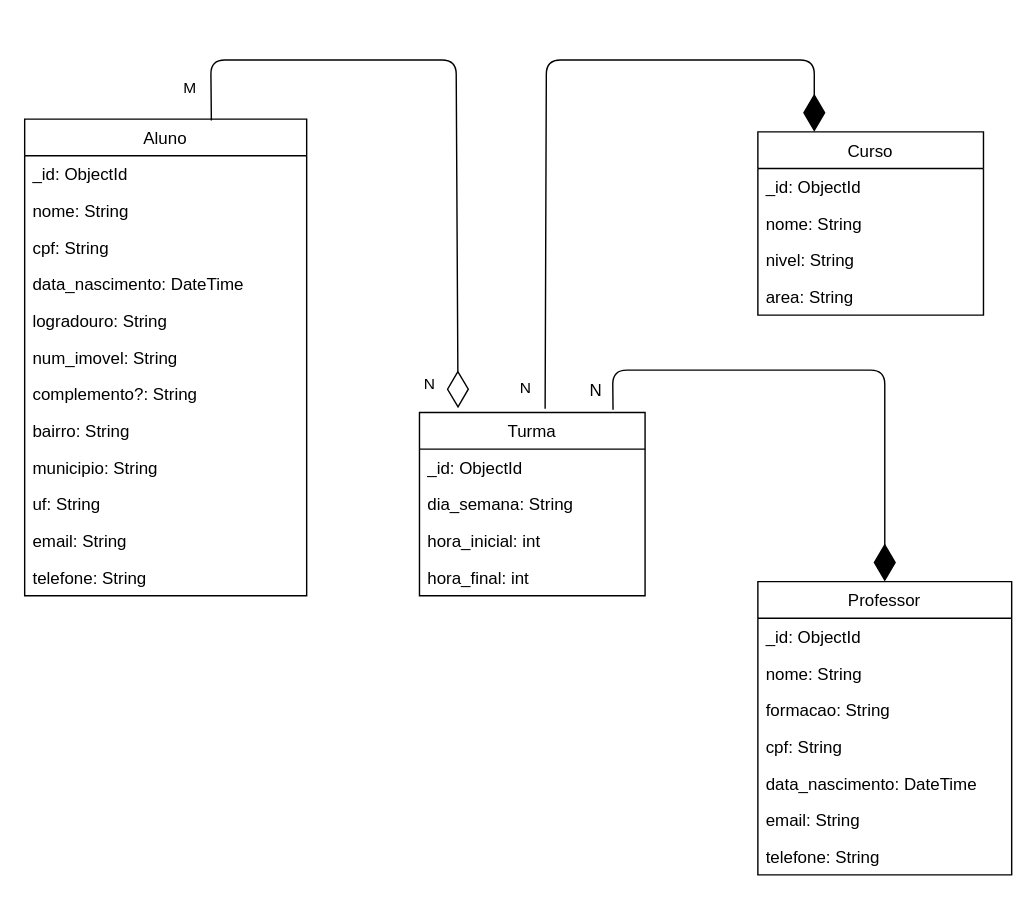
This is docs/modelagem-db.drawio from jpfalcuci/dsm3-banco_de_dados_nao_relacional, a draw.io file, before an edit. Source tidied: cells renumbered, new cells numbered last; positions are measured from the earlier drawing's top-left corner, leaving out a move shared by most shapes. Both pictures are drawn from the tidied source at 141%, with x=0, y=0 at pixel (24, 59).
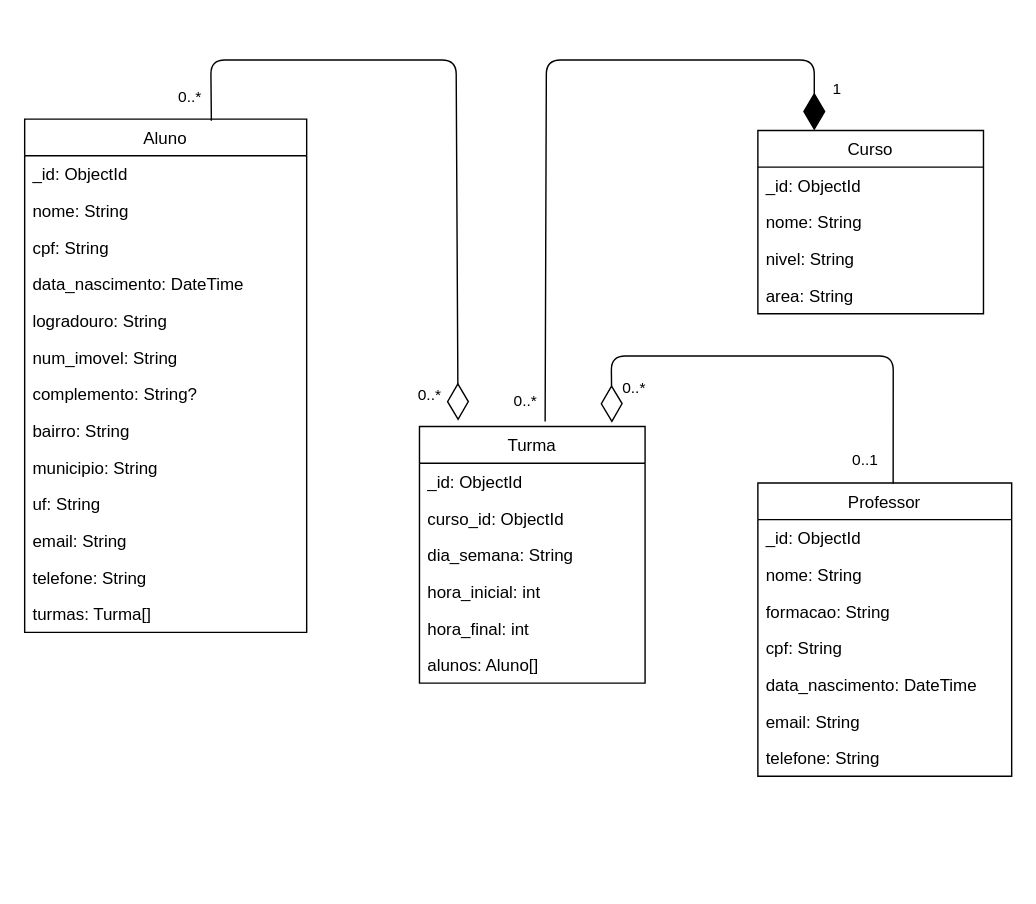
The same diagram, later.

Commit message (it also covers changes not shown here):
refactor: Ajuste na documentação

The change refers to these unchanged cells:
```xml
<mxCell id="35" style="endArrow=diamondThin;endFill=1;endSize=24;html=1;rounded=1;exitX=0.557;exitY=-0.02;exitDx=0;exitDy=0;exitPerimeter=0;entryX=0.25;entryY=0;entryDx=0;entryDy=0;" parent="1" edge="1" source="20" target="15">
  <mxGeometry relative="1" as="geometry">
    <Array as="points">
      <mxPoint x="370" />
      <mxPoint x="560" />
    </Array>
  </mxGeometry>
</mxCell>
<mxCell id="37" style="endArrow=diamondThin;endFill=0;endSize=24;html=1;rounded=1;entryX=0.171;entryY=-0.023;entryDx=0;entryDy=0;entryPerimeter=0;exitX=0.662;exitY=0.003;exitDx=0;exitDy=0;exitPerimeter=0;" parent="1" edge="1" source="2" target="20">
  <mxGeometry relative="1" as="geometry">
    <Array as="points">
      <mxPoint x="132" />
      <mxPoint x="306" />
    </Array>
  </mxGeometry>
</mxCell>
```

Change to the diagram source:
```diff
@@
     <mxCell id="2" value="Aluno" style="swimlane;fontStyle=0;horizontal=1;startSize=26;fillColor=none;" parent="1" vertex="1">
-      <mxGeometry y="42" width="200" height="338" as="geometry" />
+      <mxGeometry y="42" width="200" height="364" as="geometry" />
     </mxCell>
@@
-    <mxCell id="9" value="complemento?: String" style="text;strokeColor=none;fillColor=none;align=left;verticalAlign=top;spacingLeft=4;spacingRight=4;overflow=hidden;" parent="2" vertex="1">
+    <mxCell id="9" value="complemento: String?" style="text;strokeColor=none;fillColor=none;align=left;verticalAlign=top;spacingLeft=4;spacingRight=4;overflow=hidden;" parent="2" vertex="1">
       <mxGeometry y="182" width="200" height="26" as="geometry" />
     </mxCell>
@@
+    <mxCell id="40" value="telefone: String" style="text;strokeColor=none;fillColor=none;align=left;verticalAlign=top;spacingLeft=4;spacingRight=4;overflow=hidden;" parent="2" vertex="1">
+      <mxGeometry y="312" width="200" height="26" as="geometry" />
+    </mxCell>
-    <mxCell id="14" value="telefone: String" style="text;strokeColor=none;fillColor=none;align=left;verticalAlign=top;spacingLeft=4;spacingRight=4;overflow=hidden;" parent="2" vertex="1">
-      <mxGeometry y="312" width="200" height="26" as="geometry" />
+    <mxCell id="14" value="turmas: Turma[]" style="text;strokeColor=none;fillColor=none;align=left;verticalAlign=top;spacingLeft=4;spacingRight=4;overflow=hidden;" parent="2" vertex="1">
+      <mxGeometry y="338" width="200" height="26" as="geometry" />
     </mxCell>
     <mxCell id="15" value="Curso" style="swimlane;fontStyle=0;horizontal=1;startSize=26;fillColor=none;" parent="1" vertex="1">
-      <mxGeometry x="520" y="51" width="160" height="130" as="geometry" />
+      <mxGeometry x="520" y="50" width="160" height="130" as="geometry" />
     </mxCell>
@@
     <mxCell id="20" value="Turma" style="swimlane;fontStyle=0;horizontal=1;startSize=26;fillColor=none;" parent="1" vertex="1">
-      <mxGeometry x="280" y="250" width="160" height="130" as="geometry" />
+      <mxGeometry x="280" y="260" width="160" height="182" as="geometry" />
     </mxCell>
@@
+    <mxCell id="41" value="curso_id: ObjectId" style="text;strokeColor=none;fillColor=none;align=left;verticalAlign=top;spacingLeft=4;spacingRight=4;overflow=hidden;" parent="20" vertex="1">
+      <mxGeometry y="52" width="160" height="26" as="geometry" />
+    </mxCell>
     <mxCell id="22" value="dia_semana: String" style="text;strokeColor=none;fillColor=none;align=left;verticalAlign=top;spacingLeft=4;spacingRight=4;overflow=hidden;" parent="20" vertex="1">
-      <mxGeometry y="52" width="160" height="26" as="geometry" />
+      <mxGeometry y="78" width="160" height="26" as="geometry" />
     </mxCell>
     <mxCell id="23" value="hora_inicial: int" style="text;strokeColor=none;fillColor=none;align=left;verticalAlign=top;spacingLeft=4;spacingRight=4;overflow=hidden;" parent="20" vertex="1">
-      <mxGeometry y="78" width="160" height="26" as="geometry" />
+      <mxGeometry y="104" width="160" height="26" as="geometry" />
     </mxCell>
     <mxCell id="24" value="hora_final: int" style="text;strokeColor=none;fillColor=none;align=left;verticalAlign=top;spacingLeft=4;spacingRight=4;overflow=hidden;" parent="20" vertex="1">
-      <mxGeometry y="104" width="160" height="26" as="geometry" />
+      <mxGeometry y="130" width="160" height="26" as="geometry" />
     </mxCell>
+    <mxCell id="42" value="alunos: Aluno[]" style="text;strokeColor=none;fillColor=none;align=left;verticalAlign=top;spacingLeft=4;spacingRight=4;overflow=hidden;" parent="20" vertex="1">
+      <mxGeometry y="156" width="160" height="26" as="geometry" />
+    </mxCell>
     <mxCell id="25" value="Professor" style="swimlane;fontStyle=0;horizontal=1;startSize=26;fillColor=none;" parent="1" vertex="1">
-      <mxGeometry x="520" y="370" width="180" height="208" as="geometry" />
+      <mxGeometry x="520" y="300" width="180" height="208" as="geometry" />
     </mxCell>
@@
-    <mxCell id="33" style="endArrow=diamondThin;endFill=1;endSize=24;html=1;rounded=1;entryX=0.5;entryY=0;entryDx=0;entryDy=0;exitX=0.858;exitY=-0.015;exitDx=0;exitDy=0;exitPerimeter=0;" parent="1" edge="1" source="20" target="25">
+    <mxCell id="33" style="endArrow=diamondThin;endFill=0;endSize=24;html=1;rounded=1;exitX=0.533;exitY=0.003;exitDx=0;exitDy=0;entryX=0.853;entryY=-0.015;entryDx=0;entryDy=0;entryPerimeter=0;exitPerimeter=0;" parent="1" edge="1" source="25" target="20">
       <mxGeometry relative="1" as="geometry">
         <Array as="points">
-          <mxPoint x="417" y="220" />
-          <mxPoint x="610" y="220" />
+          <mxPoint x="616" y="210" />
+          <mxPoint x="416" y="210" />
         </Array>
       </mxGeometry>
     </mxCell>
-    <mxCell id="34" value="N" style="text;html=1;align=center;verticalAlign=middle;strokeColor=none;fillColor=none;" parent="1" vertex="1">
-      <mxGeometry x="390" y="220" width="30" height="30" as="geometry" />
-    </mxCell>
+    <mxCell id="43" value="0..*" style="edgeLabel;html=1;align=center;verticalAlign=middle;" parent="33" vertex="1">
+      <mxGeometry x="0.66" y="-2" relative="1" as="geometry">
+        <mxPoint x="5" y="24" as="offset" />
+      </mxGeometry>
+    </mxCell>
+    <mxCell id="44" value="0..1" style="edgeLabel;html=1;align=center;verticalAlign=middle;" parent="33" vertex="1">
+      <mxGeometry x="-0.85" relative="1" as="geometry">
+        <mxPoint x="-20" y="8" as="offset" />
+      </mxGeometry>
+    </mxCell>
@@
-    <mxCell id="36" value="N" style="edgeLabel;html=1;align=center;verticalAlign=middle;" parent="35" vertex="1">
+    <mxCell id="36" value="0..*" style="edgeLabel;html=1;align=center;verticalAlign=middle;" parent="35" vertex="1">
       <mxGeometry x="-0.91" relative="1" as="geometry">
         <mxPoint x="-15" y="7" as="offset" />
       </mxGeometry>
     </mxCell>
+    <mxCell id="45" value="1" style="edgeLabel;html=1;align=center;verticalAlign=middle;" parent="35" vertex="1">
+      <mxGeometry x="0.63" y="1" relative="1" as="geometry">
+        <mxPoint x="57" y="21" as="offset" />
+      </mxGeometry>
+    </mxCell>
@@
-    <mxCell id="38" value="M" style="edgeLabel;html=1;align=center;verticalAlign=middle;" parent="37" vertex="1">
+    <mxCell id="38" value="0..*" style="edgeLabel;html=1;align=center;verticalAlign=middle;" parent="37" vertex="1">
       <mxGeometry x="-0.95" y="3" relative="1" as="geometry">
-        <mxPoint x="-13" y="-12" as="offset" />
+        <mxPoint x="-13" y="-6" as="offset" />
       </mxGeometry>
     </mxCell>
-    <mxCell id="39" value="N" style="edgeLabel;html=1;align=center;verticalAlign=middle;" parent="37" vertex="1">
+    <mxCell id="39" value="0..*" style="edgeLabel;html=1;align=center;verticalAlign=middle;" parent="37" vertex="1">
       <mxGeometry x="0.86" relative="1" as="geometry">
         <mxPoint x="-21" y="15" as="offset" />
       </mxGeometry>
     </mxCell>
```
